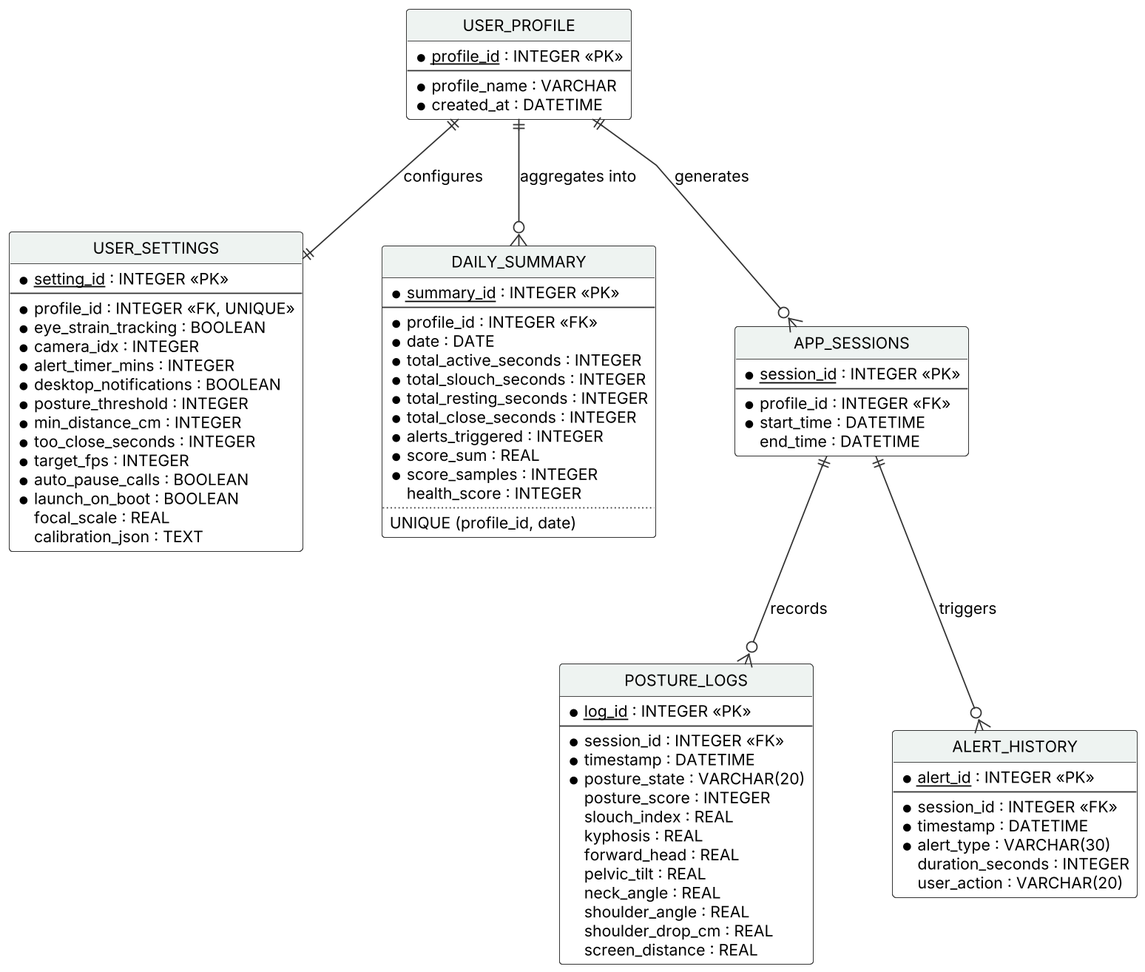
ahsanjutt5844-bit/desk-health-ai keeps this PlantUML diagram as docs/phase3-diagrams/erd.png. Above is the earlier version. The source it was exported from:
```plantuml
@startuml erd
skinparam dpi 170
skinparam shadowing false
skinparam defaultFontName Arial
skinparam defaultFontSize 12
skinparam linetype polyline
skinparam nodesep 60
skinparam ranksep 70
skinparam class {
  BackgroundColor #FFFFFF
  BorderColor #333333
  ArrowColor #333333
  HeaderBackgroundColor #EEF3F1
}
hide circle
hide empty methods

entity "USER_PROFILE" as P {
  * <u>profile_id</u> : INTEGER <<PK>>
  --
  * profile_name : VARCHAR
  * created_at : DATETIME
}
entity "USER_SETTINGS" as S {
  * <u>setting_id</u> : INTEGER <<PK>>
  --
  * profile_id : INTEGER <<FK, UNIQUE>>
  * eye_strain_tracking : BOOLEAN
  * camera_idx : INTEGER
  * alert_timer_mins : INTEGER
  * desktop_notifications : BOOLEAN
  * posture_threshold : INTEGER
  * min_distance_cm : INTEGER
  * too_close_seconds : INTEGER
  * target_fps : INTEGER
  * auto_pause_calls : BOOLEAN
  * launch_on_boot : BOOLEAN
  focal_scale : REAL
  calibration_json : TEXT
}
entity "DAILY_SUMMARY" as D {
  * <u>summary_id</u> : INTEGER <<PK>>
  --
  * profile_id : INTEGER <<FK>>
  * date : DATE
  * total_active_seconds : INTEGER
  * total_slouch_seconds : INTEGER
  * total_resting_seconds : INTEGER
  * total_close_seconds : INTEGER
  * alerts_triggered : INTEGER
  * score_sum : REAL
  * score_samples : INTEGER
  health_score : INTEGER
  ..
  UNIQUE (profile_id, date)
}
entity "APP_SESSIONS" as A {
  * <u>session_id</u> : INTEGER <<PK>>
  --
  * profile_id : INTEGER <<FK>>
  * start_time : DATETIME
  end_time : DATETIME
}
entity "POSTURE_LOGS" as L {
  * <u>log_id</u> : INTEGER <<PK>>
  --
  * session_id : INTEGER <<FK>>
  * timestamp : DATETIME
  * posture_state : VARCHAR(20)
  posture_score : INTEGER
  slouch_index : REAL
  kyphosis : REAL
  forward_head : REAL
  pelvic_tilt : REAL
  neck_angle : REAL
  shoulder_angle : REAL
  shoulder_drop_cm : REAL
  screen_distance : REAL
}
entity "ALERT_HISTORY" as H {
  * <u>alert_id</u> : INTEGER <<PK>>
  --
  * session_id : INTEGER <<FK>>
  * timestamp : DATETIME
  * alert_type : VARCHAR(30)
  duration_seconds : INTEGER
  user_action : VARCHAR(20)
}

P ||--|| S : configures
P ||--o{ D : aggregates into
P ||--o{ A : generates
A ||--o{ L : records
A ||--o{ H : triggers
@enduml
```
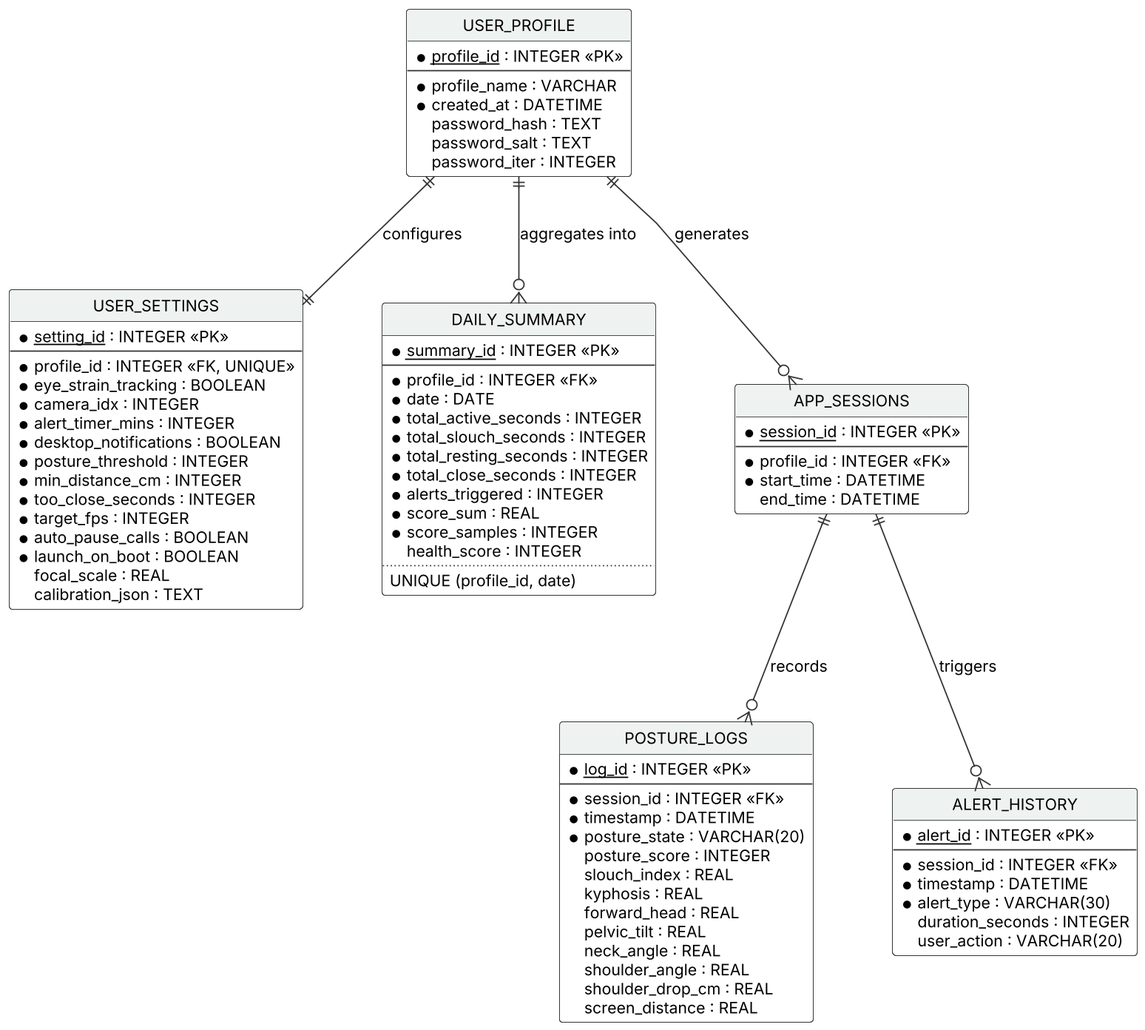
After the commit.

Diff of the diagram source:
```diff
@@ -20,6 +20,9 @@
   --
   * profile_name : VARCHAR
   * created_at : DATETIME
+  password_hash : TEXT
+  password_salt : TEXT
+  password_iter : INTEGER
 }
 entity "USER_SETTINGS" as S {
   * <u>setting_id</u> : INTEGER <<PK>>
```
